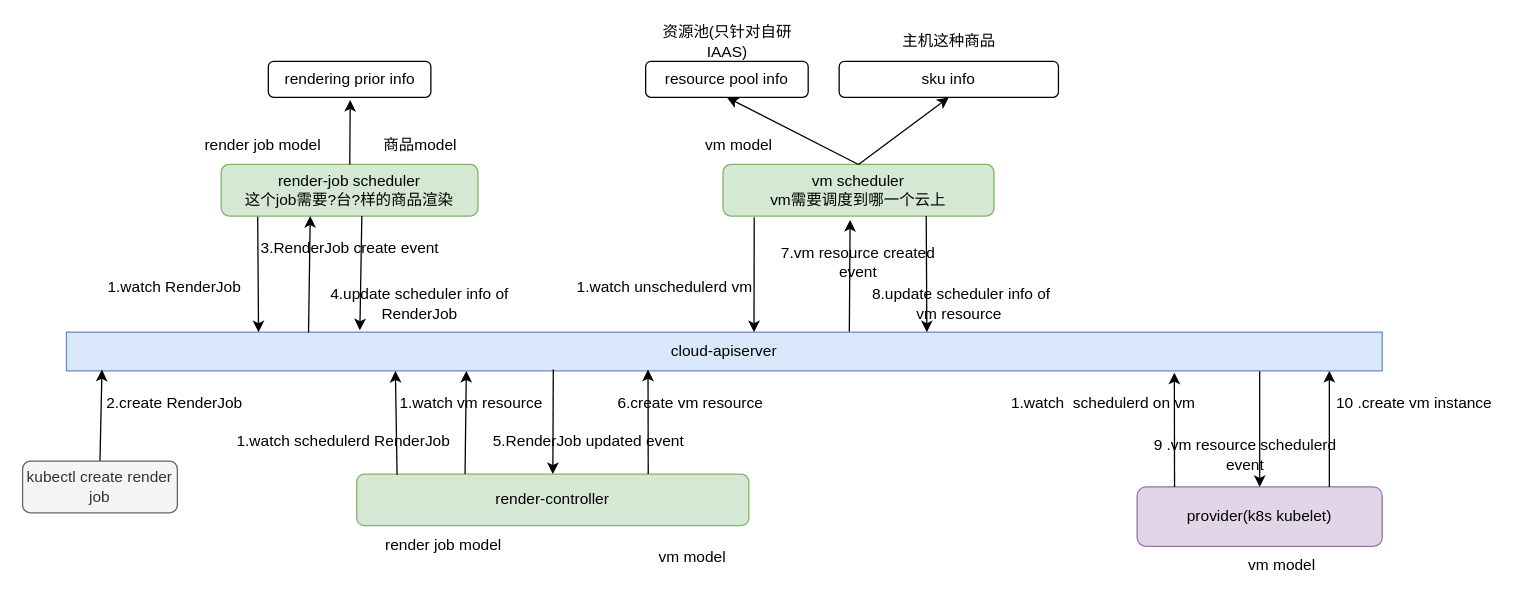
The draw.io diagram page "第 2 页" (2 of 2) of cloud-datastruct/未命名绘图.drawio in pengcong08/design-doc, before the edit. Source tidied: cells renumbered, new cells numbered last; positions are measured from the earlier drawing's top-left corner, leaving out a move shared by most shapes. Both pictures are drawn from the tidied source at 129%, with x=0, y=0 at pixel (22, 22).
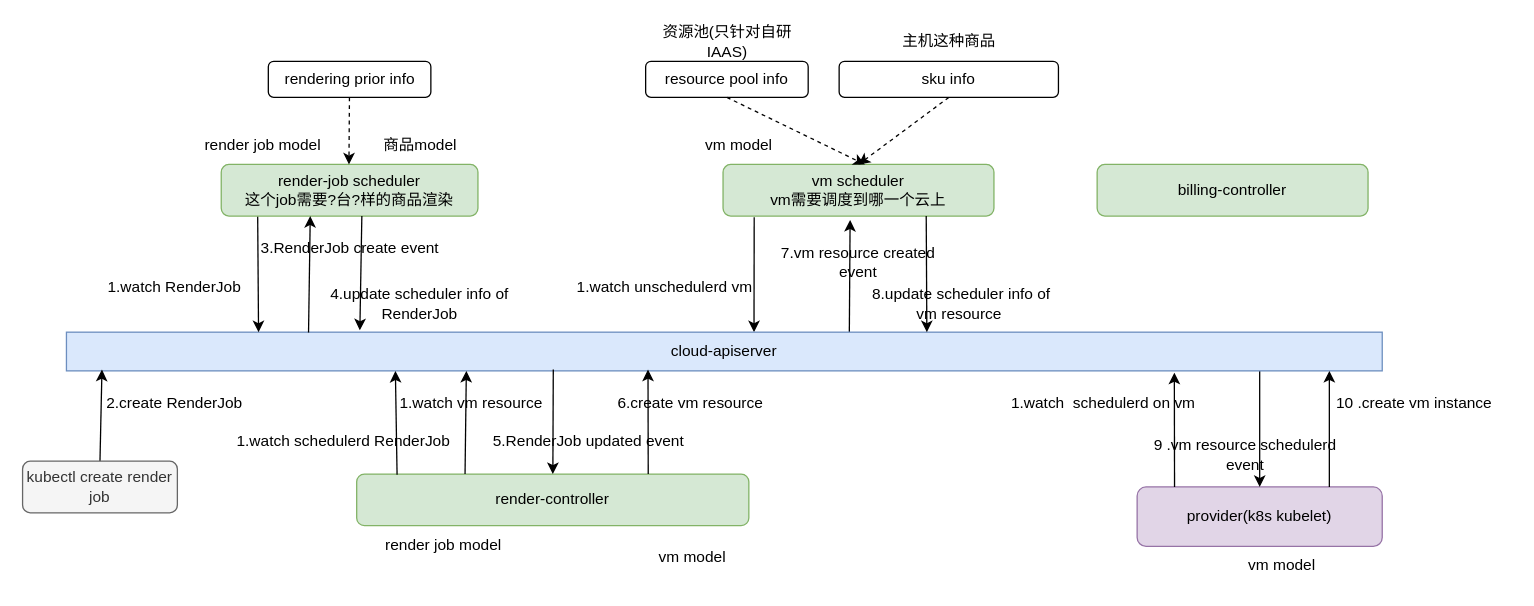
After the change.

The change refers to these unchanged cells:
```xml
<mxCell id="2" value="vm scheduler&lt;br&gt;vm需要调度到哪一个云上" style="rounded=1;whiteSpace=wrap;html=1;fillColor=#d5e8d4;strokeColor=#82b366;" parent="1" vertex="1">
  <mxGeometry x="543" y="110" width="210" height="40" as="geometry" />
</mxCell>
<mxCell id="12" value="resource pool info" style="rounded=1;whiteSpace=wrap;html=1;" parent="1" vertex="1">
  <mxGeometry x="483" y="30" width="126" height="28" as="geometry" />
</mxCell>
<mxCell id="13" value="sku info" style="rounded=1;whiteSpace=wrap;html=1;" parent="1" vertex="1">
  <mxGeometry x="633" y="30" width="170" height="28" as="geometry" />
</mxCell>
<mxCell id="20" value="render-job scheduler&lt;br&gt;这个job需要?台?样的商品渲染" style="rounded=1;whiteSpace=wrap;html=1;fillColor=#d5e8d4;strokeColor=#82b366;" parent="1" vertex="1">
  <mxGeometry x="154" y="110" width="199" height="40" as="geometry" />
</mxCell>
<mxCell id="39" value="rendering prior info" style="rounded=1;whiteSpace=wrap;html=1;" parent="1" vertex="1">
  <mxGeometry x="190.5" y="30" width="126" height="28" as="geometry" />
</mxCell>
```

Diff of the diagram source:
```diff
@@
-    <mxCell id="14" style="endArrow=classic;html=1;rounded=0;entryX=0.5;entryY=1;entryDx=0;entryDy=0;exitX=0.5;exitY=0;exitDx=0;exitDy=0;" parent="1" edge="1" source="2" target="12">
-      <mxGeometry relative="1" as="geometry" />
+    <mxCell id="14" style="endArrow=classic;html=1;rounded=0;exitX=0.5;exitY=1;exitDx=0;exitDy=0;dashed=1;" parent="1" edge="1" source="12">
+      <mxGeometry relative="1" as="geometry">
+        <mxPoint x="653" y="110" as="targetPoint" />
+      </mxGeometry>
     </mxCell>
-    <mxCell id="15" style="endArrow=classic;html=1;rounded=0;entryX=0.5;entryY=1;entryDx=0;entryDy=0;exitX=0.5;exitY=0;exitDx=0;exitDy=0;" parent="1" edge="1" source="2" target="13">
+    <mxCell id="15" style="endArrow=classic;html=1;rounded=0;exitX=0.5;exitY=1;exitDx=0;exitDy=0;entryX=0.5;entryY=0;entryDx=0;entryDy=0;dashed=1;" parent="1" edge="1" source="13" target="2">
       <mxGeometry relative="1" as="geometry" />
     </mxCell>
@@
-    <mxCell id="38" style="endArrow=classic;html=1;rounded=0;" parent="1" edge="1" source="20">
-      <mxGeometry relative="1" as="geometry">
-        <mxPoint x="254" y="60" as="targetPoint" />
-      </mxGeometry>
-    </mxCell>
@@
+    <mxCell id="50" style="endArrow=classic;html=1;rounded=0;dashed=1;" parent="1" edge="1" source="39">
+      <mxGeometry relative="1" as="geometry">
+        <mxPoint x="253" y="110" as="targetPoint" />
+      </mxGeometry>
+    </mxCell>
+    <mxCell id="51" value="billing-controller" style="rounded=1;whiteSpace=wrap;html=1;fillColor=#d5e8d4;strokeColor=#82b366;" parent="1" vertex="1">
+      <mxGeometry x="833" y="110" width="210" height="40" as="geometry" />
+    </mxCell>
```
